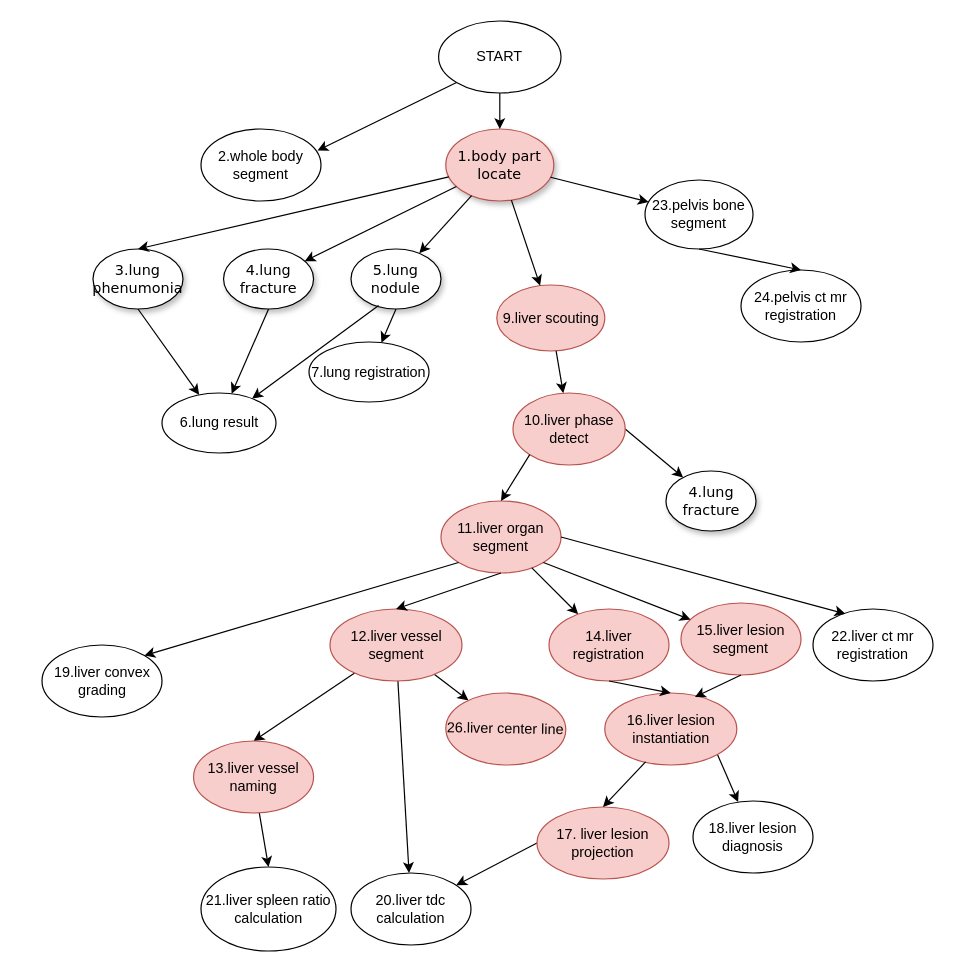
Earlier version of the draw.io diagram ai_calculation_workflow.drawio (aokoqingiz/mystorage). Source tidied: cells renumbered, new cells numbered last; positions are measured from the earlier drawing's top-left corner, leaving out a move shared by most shapes. Both pictures are drawn from the tidied source at 120%, with x=0, y=0 at pixel (42, 20).
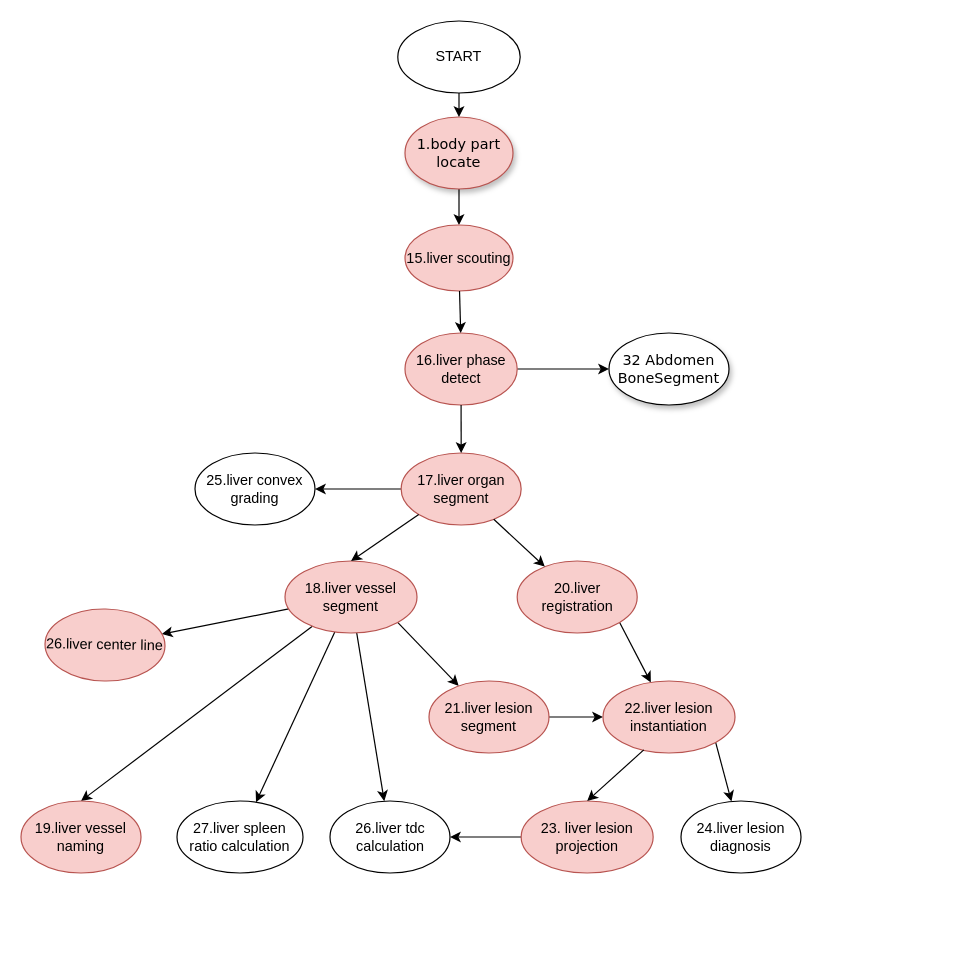
The same page after the edit.

Change to the diagram source:
```diff
@@
+    <mxCell id="20" style="rounded=0;jettySize=auto;html=1;entryX=0.5;entryY=0;entryDx=0;entryDy=0;" parent="1" edge="1" source="2" target="17">
+      <mxGeometry relative="1" as="geometry" />
+    </mxCell>
     <mxCell id="2" value="1.body part locate" style="ellipse;whiteSpace=wrap;html=1;rounded=0;shadow=1;comic=0;labelBackgroundColor=none;strokeWidth=1;fontFamily=Verdana;fontSize=12;align=center;fillColor=#f8cecc;strokeColor=#b85450;" parent="1" vertex="1">
-      <mxGeometry x="336" y="90" width="90" height="60" as="geometry" />
+      <mxGeometry x="302" y="80" width="90" height="60" as="geometry" />
     </mxCell>
-    <mxCell id="3" value="&lt;span&gt;4.lung fracture&lt;/span&gt;" style="ellipse;whiteSpace=wrap;html=1;rounded=0;shadow=1;comic=0;labelBackgroundColor=none;strokeWidth=1;fontFamily=Verdana;fontSize=12;align=center;" parent="1" vertex="1">
-      <mxGeometry x="150.8" y="190" width="75" height="50" as="geometry" />
-    </mxCell>
-    <mxCell id="4" value="&lt;span&gt;5.lung nodule&lt;/span&gt;" style="ellipse;whiteSpace=wrap;html=1;rounded=0;shadow=1;comic=0;labelBackgroundColor=none;strokeWidth=1;fontFamily=Verdana;fontSize=12;align=center;" parent="1" vertex="1">
-      <mxGeometry x="257" y="190" width="75" height="50" as="geometry" />
-    </mxCell>
-    <mxCell id="5" value="3.lung phenumonia" style="ellipse;whiteSpace=wrap;html=1;rounded=0;shadow=1;comic=0;labelBackgroundColor=none;strokeWidth=1;fontFamily=Verdana;fontSize=12;align=center;" parent="1" vertex="1">
-      <mxGeometry x="42" y="190" width="75" height="50" as="geometry" />
-    </mxCell>
-    <mxCell id="6" value="2.whole body segment" style="ellipse;whiteSpace=wrap;html=1;" parent="1" vertex="1">
-      <mxGeometry x="132" y="90" width="100" height="60" as="geometry" />
-    </mxCell>
     <mxCell id="7" value="START" style="ellipse;whiteSpace=wrap;html=1;" parent="1" vertex="1">
-      <mxGeometry x="330" width="102" height="60" as="geometry" />
+      <mxGeometry x="296" width="102" height="60" as="geometry" />
     </mxCell>
-    <mxCell id="8" value="6.lung result" style="ellipse;whiteSpace=wrap;html=1;" parent="1" vertex="1">
-      <mxGeometry x="99.5" y="310" width="95" height="50" as="geometry" />
-    </mxCell>
@@
-    <mxCell id="10" style="endArrow=classic;html=1;exitX=0.5;exitY=1;exitDx=0;exitDy=0;" parent="1" edge="1" source="5" target="8">
-      <mxGeometry relative="1" as="geometry" />
-    </mxCell>
-    <mxCell id="11" style="endArrow=classic;html=1;exitX=0.5;exitY=1;exitDx=0;exitDy=0;" parent="1" edge="1" source="3" target="8">
-      <mxGeometry relative="1" as="geometry" />
-    </mxCell>
-    <mxCell id="12" style="endArrow=classic;html=1;exitX=0.307;exitY=0.94;exitDx=0;exitDy=0;exitPerimeter=0;" parent="1" edge="1" source="4" target="8">
-      <mxGeometry relative="1" as="geometry" />
-    </mxCell>
-    <mxCell id="13" style="endArrow=classic;html=1;exitX=0.5;exitY=1;exitDx=0;exitDy=0;" parent="1" edge="1" source="4" target="14">
-      <mxGeometry relative="1" as="geometry" />
-    </mxCell>
-    <mxCell id="14" value="7.lung registration" style="ellipse;whiteSpace=wrap;html=1;" parent="1" vertex="1">
-      <mxGeometry x="222" y="267.5" width="100" height="50" as="geometry" />
-    </mxCell>
-    <mxCell id="15" style="endArrow=classic;html=1;entryX=0.5;entryY=0;entryDx=0;entryDy=0;" parent="1" edge="1" source="2" target="5">
-      <mxGeometry relative="1" as="geometry" />
-    </mxCell>
-    <mxCell id="16" style="endArrow=classic;html=1;" parent="1" edge="1" source="2" target="3">
-      <mxGeometry relative="1" as="geometry" />
-    </mxCell>
-    <mxCell id="17" value="9.liver scouting" style="ellipse;whiteSpace=wrap;html=1;fillColor=#f8cecc;strokeColor=#b85450;" parent="1" vertex="1">
-      <mxGeometry x="378.5" y="220" width="90" height="55" as="geometry" />
+    <mxCell id="17" value="15.liver scouting" style="ellipse;whiteSpace=wrap;html=1;fillColor=#f8cecc;strokeColor=#b85450;" parent="1" vertex="1">
+      <mxGeometry x="302" y="170" width="90" height="55" as="geometry" />
     </mxCell>
-    <mxCell id="18" style="endArrow=classic;html=1;entryX=0.97;entryY=0.3;entryDx=0;entryDy=0;entryPerimeter=0;exitX=0;exitY=1;exitDx=0;exitDy=0;" parent="1" edge="1" source="7" target="6">
-      <mxGeometry relative="1" as="geometry" />
-    </mxCell>
-    <mxCell id="19" style="endArrow=classic;html=1;" parent="1" edge="1" source="2" target="4">
-      <mxGeometry relative="1" as="geometry" />
-    </mxCell>
-    <mxCell id="20" style="endArrow=classic;html=1;" parent="1" edge="1" source="2" target="17">
-      <mxGeometry relative="1" as="geometry" />
-    </mxCell>
@@
-    <mxCell id="22" value="10.liver phase detect" style="ellipse;whiteSpace=wrap;html=1;fillColor=#f8cecc;strokeColor=#b85450;" parent="1" vertex="1">
-      <mxGeometry x="392" y="310" width="93.5" height="60" as="geometry" />
+    <mxCell id="22" value="16.liver phase detect" style="ellipse;whiteSpace=wrap;html=1;fillColor=#f8cecc;strokeColor=#b85450;" parent="1" vertex="1">
+      <mxGeometry x="302" y="260" width="93.5" height="60" as="geometry" />
     </mxCell>
@@
+    <mxCell id="52" style="edgeStyle=none;rounded=0;jettySize=auto;html=1;exitX=0;exitY=0.5;exitDx=0;exitDy=0;entryX=1;entryY=0.5;entryDx=0;entryDy=0;" parent="1" edge="1" source="24" target="45">
+      <mxGeometry relative="1" as="geometry" />
+    </mxCell>
-    <mxCell id="24" value="11.liver organ segment" style="ellipse;whiteSpace=wrap;html=1;fillColor=#f8cecc;strokeColor=#b85450;" parent="1" vertex="1">
-      <mxGeometry x="332" y="400" width="100" height="60" as="geometry" />
+    <mxCell id="24" value="17.liver organ segment" style="ellipse;whiteSpace=wrap;html=1;fillColor=#f8cecc;strokeColor=#b85450;" parent="1" vertex="1">
+      <mxGeometry x="298.8" y="360" width="100" height="60" as="geometry" />
     </mxCell>
-    <mxCell id="25" style="endArrow=classic;html=1;entryX=0.5;entryY=0;entryDx=0;entryDy=0;exitX=0;exitY=1;exitDx=0;exitDy=0;" parent="1" edge="1" source="22" target="24">
+    <mxCell id="25" style="endArrow=classic;html=1;entryX=0.5;entryY=0;entryDx=0;entryDy=0;exitX=0.5;exitY=1;exitDx=0;exitDy=0;" parent="1" edge="1" source="22" target="24">
       <mxGeometry relative="1" as="geometry" />
     </mxCell>
@@
+    <mxCell id="57" style="edgeStyle=none;rounded=0;jettySize=auto;html=1;exitX=1;exitY=1;exitDx=0;exitDy=0;" parent="1" edge="1" source="29" target="35">
+      <mxGeometry relative="1" as="geometry" />
+    </mxCell>
+    <mxCell id="58" style="edgeStyle=none;rounded=0;jettySize=auto;html=1;" parent="1" edge="1" source="29" target="54">
+      <mxGeometry relative="1" as="geometry" />
+    </mxCell>
-    <mxCell id="29" value="12.liver vessel segment" style="ellipse;whiteSpace=wrap;html=1;fillColor=#f8cecc;strokeColor=#b85450;" parent="1" vertex="1">
-      <mxGeometry x="239.5" y="490" width="110" height="60" as="geometry" />
+    <mxCell id="29" value="18.liver vessel segment" style="ellipse;whiteSpace=wrap;html=1;fillColor=#f8cecc;strokeColor=#b85450;" parent="1" vertex="1">
+      <mxGeometry x="202" y="450" width="110" height="60" as="geometry" />
     </mxCell>
-    <mxCell id="30" style="endArrow=classic;html=1;entryX=0.5;entryY=0;entryDx=0;entryDy=0;exitX=0.5;exitY=1;exitDx=0;exitDy=0;" parent="1" edge="1" source="24" target="29">
+    <mxCell id="30" style="endArrow=classic;html=1;entryX=0.5;entryY=0;entryDx=0;entryDy=0;exitX=0;exitY=1;exitDx=0;exitDy=0;" parent="1" edge="1" source="24" target="29">
       <mxGeometry relative="1" as="geometry" />
     </mxCell>
-    <mxCell id="31" style="edgeStyle=none;rounded=0;jettySize=auto;html=1;entryX=0.5;entryY=0;entryDx=0;entryDy=0;" parent="1" edge="1" source="32" target="54">
-      <mxGeometry relative="1" as="geometry" />
-    </mxCell>
-    <mxCell id="32" value="13.liver vessel naming" style="ellipse;whiteSpace=wrap;html=1;fillColor=#f8cecc;strokeColor=#b85450;" parent="1" vertex="1">
-      <mxGeometry x="125.8" y="600" width="100" height="60" as="geometry" />
+    <mxCell id="32" value="19.liver vessel naming" style="ellipse;whiteSpace=wrap;html=1;fillColor=#f8cecc;strokeColor=#b85450;" parent="1" vertex="1">
+      <mxGeometry x="-18" y="650" width="100" height="60" as="geometry" />
     </mxCell>
+    <mxCell id="39" style="edgeStyle=none;rounded=0;jettySize=auto;html=1;exitX=1;exitY=1;exitDx=0;exitDy=0;" parent="1" edge="1" source="33" target="38">
+      <mxGeometry relative="1" as="geometry" />
+    </mxCell>
-    <mxCell id="33" value="14.liver registration" style="ellipse;whiteSpace=wrap;html=1;fillColor=#f8cecc;strokeColor=#b85450;" parent="1" vertex="1">
-      <mxGeometry x="422" y="490" width="100" height="60" as="geometry" />
+    <mxCell id="33" value="20.liver registration" style="ellipse;whiteSpace=wrap;html=1;fillColor=#f8cecc;strokeColor=#b85450;" parent="1" vertex="1">
+      <mxGeometry x="395.5" y="450" width="100" height="60" as="geometry" />
     </mxCell>
@@
+    <mxCell id="40" style="edgeStyle=none;rounded=0;jettySize=auto;html=1;entryX=0;entryY=0.5;entryDx=0;entryDy=0;" parent="1" edge="1" source="35" target="38">
+      <mxGeometry relative="1" as="geometry" />
+    </mxCell>
-    <mxCell id="35" value="15.liver lesion segment" style="ellipse;whiteSpace=wrap;html=1;fillColor=#f8cecc;strokeColor=#b85450;" parent="1" vertex="1">
-      <mxGeometry x="532" y="485" width="100" height="60" as="geometry" />
+    <mxCell id="35" value="21.liver lesion segment" style="ellipse;whiteSpace=wrap;html=1;fillColor=#f8cecc;strokeColor=#b85450;" parent="1" vertex="1">
+      <mxGeometry x="322" y="550" width="100" height="60" as="geometry" />
     </mxCell>
-    <mxCell id="36" style="endArrow=classic;html=1;exitX=1;exitY=1;exitDx=0;exitDy=0;" parent="1" edge="1" source="24" target="35">
-      <mxGeometry relative="1" as="geometry" />
-    </mxCell>
@@
-    <mxCell id="38" value="16.liver lesion instantiation" style="ellipse;whiteSpace=wrap;html=1;fillColor=#f8cecc;strokeColor=#b85450;" parent="1" vertex="1">
-      <mxGeometry x="468.5" y="560" width="110" height="60" as="geometry" />
+    <mxCell id="38" value="22.liver lesion instantiation" style="ellipse;whiteSpace=wrap;html=1;fillColor=#f8cecc;strokeColor=#b85450;" parent="1" vertex="1">
+      <mxGeometry x="467" y="550" width="110" height="60" as="geometry" />
     </mxCell>
-    <mxCell id="39" style="endArrow=classic;html=1;exitX=0.5;exitY=1;exitDx=0;exitDy=0;entryX=0.5;entryY=0;entryDx=0;entryDy=0;" parent="1" edge="1" source="33" target="38">
-      <mxGeometry relative="1" as="geometry" />
-    </mxCell>
-    <mxCell id="40" style="endArrow=classic;html=1;exitX=0.5;exitY=1;exitDx=0;exitDy=0;entryX=0.682;entryY=0.057;entryDx=0;entryDy=0;entryPerimeter=0;" parent="1" edge="1" source="35" target="38">
-      <mxGeometry relative="1" as="geometry" />
-    </mxCell>
@@
-    <mxCell id="42" value="17. liver lesion projection" style="ellipse;whiteSpace=wrap;html=1;fillColor=#f8cecc;strokeColor=#b85450;" parent="1" vertex="1">
-      <mxGeometry x="412" y="655" width="110" height="60" as="geometry" />
+    <mxCell id="42" value="23. liver lesion projection" style="ellipse;whiteSpace=wrap;html=1;fillColor=#f8cecc;strokeColor=#b85450;" parent="1" vertex="1">
+      <mxGeometry x="398.8" y="650" width="110" height="60" as="geometry" />
     </mxCell>
@@
-    <mxCell id="44" value="18.liver lesion diagnosis" style="ellipse;whiteSpace=wrap;html=1;" parent="1" vertex="1">
-      <mxGeometry x="542" y="650" width="100" height="60" as="geometry" />
+    <mxCell id="44" value="24.liver lesion diagnosis" style="ellipse;whiteSpace=wrap;html=1;" parent="1" vertex="1">
+      <mxGeometry x="532" y="650" width="100" height="60" as="geometry" />
     </mxCell>
-    <mxCell id="45" value="19.liver convex grading" style="ellipse;whiteSpace=wrap;html=1;" parent="1" vertex="1">
-      <mxGeometry x="-0.5" y="520" width="100" height="60" as="geometry" />
+    <mxCell id="45" value="25.liver convex grading" style="ellipse;whiteSpace=wrap;html=1;" parent="1" vertex="1">
+      <mxGeometry x="127" y="360" width="100" height="60" as="geometry" />
     </mxCell>
-    <mxCell id="46" value="20.liver tdc calculation" style="ellipse;whiteSpace=wrap;html=1;" parent="1" vertex="1">
-      <mxGeometry x="257" y="710" width="100" height="60" as="geometry" />
+    <mxCell id="46" value="26.liver tdc calculation" style="ellipse;whiteSpace=wrap;html=1;" parent="1" vertex="1">
+      <mxGeometry x="239.5" y="650" width="100" height="60" as="geometry" />
     </mxCell>
-    <mxCell id="47" value="22.liver ct mr registration" style="ellipse;whiteSpace=wrap;html=1;" parent="1" vertex="1">
-      <mxGeometry x="642" y="490" width="100" height="60" as="geometry" />
-    </mxCell>
-    <mxCell id="48" value="23.pelvis bone segment" style="ellipse;whiteSpace=wrap;html=1;" parent="1" vertex="1">
-      <mxGeometry x="502" y="132.5" width="90" height="57.5" as="geometry" />
-    </mxCell>
-    <mxCell id="49" style="endArrow=classic;html=1;" parent="1" edge="1" source="2" target="48">
-      <mxGeometry relative="1" as="geometry" />
-    </mxCell>
-    <mxCell id="50" value="24.pelvis ct mr registration" style="ellipse;whiteSpace=wrap;html=1;" parent="1" vertex="1">
-      <mxGeometry x="582" y="207.5" width="100" height="60" as="geometry" />
-    </mxCell>
-    <mxCell id="51" style="endArrow=classic;html=1;exitX=0.5;exitY=1;exitDx=0;exitDy=0;entryX=0.5;entryY=0;entryDx=0;entryDy=0;" parent="1" edge="1" source="48" target="50">
-      <mxGeometry relative="1" as="geometry" />
-    </mxCell>
-    <mxCell id="52" style="endArrow=classic;html=1;entryX=1;entryY=0;entryDx=0;entryDy=0;exitX=0;exitY=1;exitDx=0;exitDy=0;" parent="1" edge="1" source="24" target="45">
-      <mxGeometry relative="1" as="geometry" />
-    </mxCell>
-    <mxCell id="53" style="endArrow=classic;html=1;exitX=1;exitY=0.5;exitDx=0;exitDy=0;entryX=0.27;entryY=0.067;entryDx=0;entryDy=0;entryPerimeter=0;" parent="1" edge="1" source="24" target="47">
-      <mxGeometry relative="1" as="geometry" />
-    </mxCell>
-    <mxCell id="54" value="21.liver spleen ratio calculation" style="ellipse;whiteSpace=wrap;html=1;" parent="1" vertex="1">
-      <mxGeometry x="132" y="705" width="112.5" height="70" as="geometry" />
+    <mxCell id="54" value="27.liver spleen ratio calculation" style="ellipse;whiteSpace=wrap;html=1;" parent="1" vertex="1">
+      <mxGeometry x="112" y="650" width="105" height="60" as="geometry" />
     </mxCell>
     <mxCell id="55" value="26.liver center line" style="ellipse;whiteSpace=wrap;html=1;fillColor=#f8cecc;strokeColor=#b85450;rotation=1;" parent="1" vertex="1">
-      <mxGeometry x="336" y="560" width="100" height="60" as="geometry" />
+      <mxGeometry x="2" y="490" width="100" height="60" as="geometry" />
     </mxCell>
-    <mxCell id="56" value="&lt;span&gt;4.lung fracture&lt;/span&gt;" style="ellipse;whiteSpace=wrap;html=1;rounded=0;shadow=1;comic=0;labelBackgroundColor=none;strokeWidth=1;fontFamily=Verdana;fontSize=12;align=center;" parent="1" vertex="1">
-      <mxGeometry x="519.5" y="375" width="75" height="50" as="geometry" />
+    <mxCell id="56" value="32 Abdomen&lt;br&gt;BoneSegment" style="ellipse;whiteSpace=wrap;html=1;rounded=0;shadow=1;comic=0;labelBackgroundColor=none;strokeWidth=1;fontFamily=Verdana;fontSize=12;align=center;" parent="1" vertex="1">
+      <mxGeometry x="472" y="260" width="100" height="60" as="geometry" />
     </mxCell>
```
